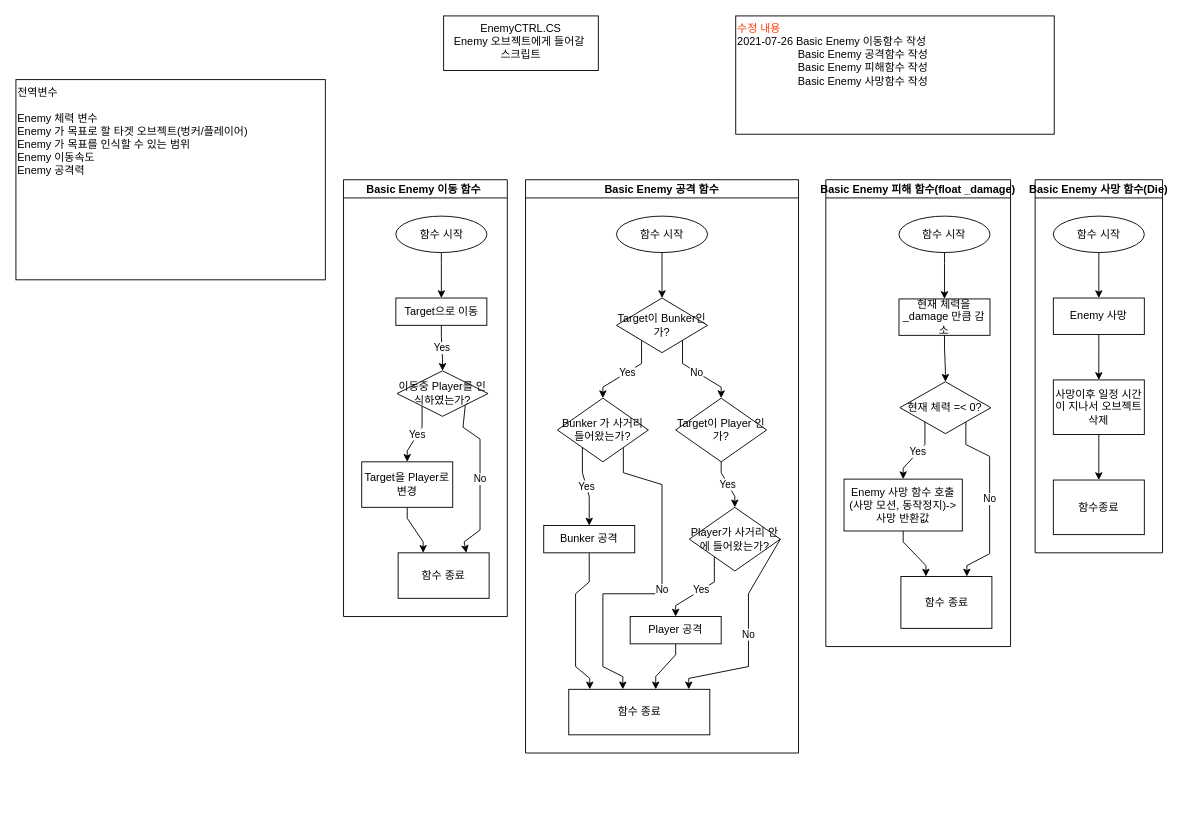
Before: FlowChart/BasicEnemy.drawio in BckLily/YeilMainProjectBackUp, a draw.io diagram. Source tidied: cells renumbered, new cells numbered last; positions are measured from the earlier drawing's top-left corner, leaving out a move shared by most shapes. Both pictures are drawn from the tidied source at 91%, with x=0, y=0 at pixel (15, 15).
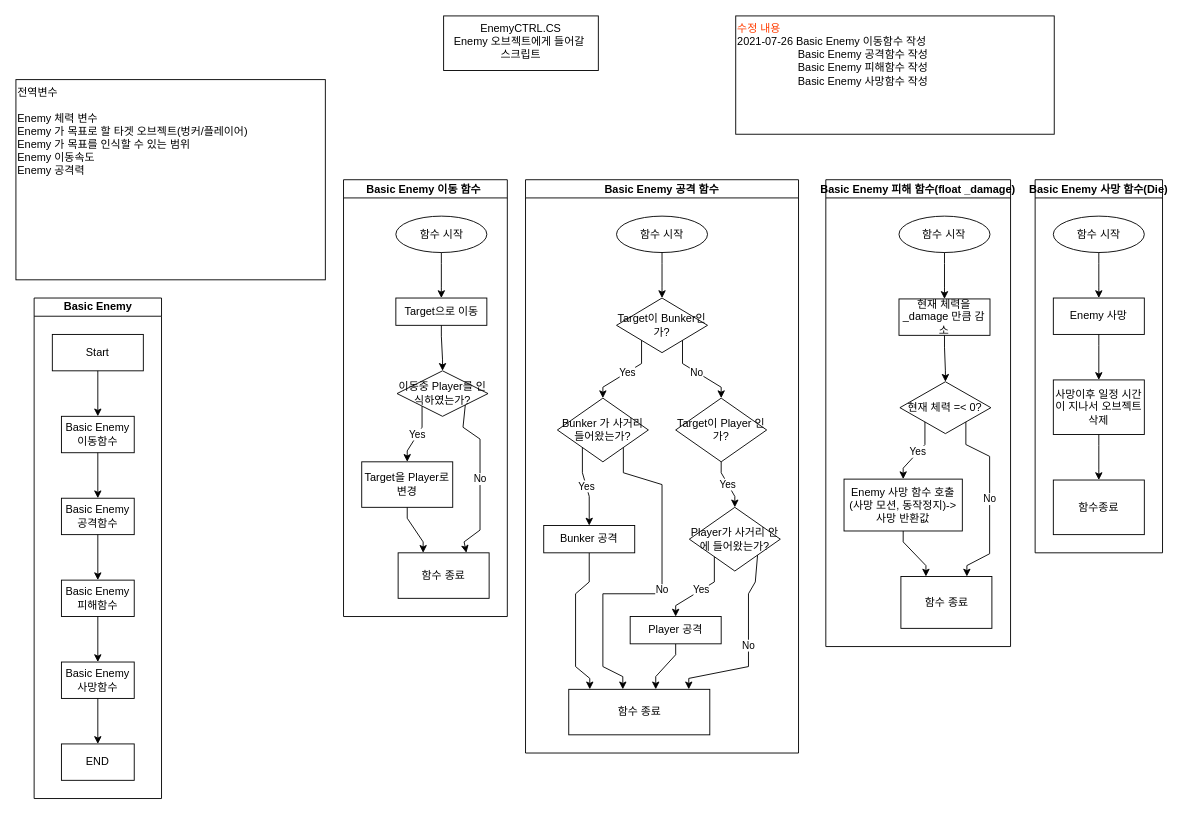
After the change.

The change refers to these unchanged cells:
```xml
<mxCell id="4" value="Basic Enemy 이동 함수 " style="swimlane;startSize=20;horizontal=1;flowOrientation=north;interRankCellSpacing=50;containerType=tree;align=center;verticalAlign=middle;" parent="1" vertex="1">
  <mxGeometry x="360" y="180" width="180" height="480" as="geometry" />
</mxCell>
<mxCell id="7" value="Target으로 이동" style="rounded=0;whiteSpace=wrap;html=1;fontFamily=Helvetica;fontSize=12;fontColor=#000000;align=center;strokeColor=#000000;fillColor=#ffffff;" parent="4" vertex="1">
  <mxGeometry x="57.5" y="130" width="100" height="30" as="geometry" />
</mxCell>
<mxCell id="9" value="이동중 Player를 인식하였는가?" style="rhombus;whiteSpace=wrap;html=1;fontFamily=Helvetica;fontSize=12;fontColor=#000000;align=center;strokeColor=#000000;fillColor=#ffffff;" parent="4" vertex="1">
  <mxGeometry x="58.8" y="210" width="100" height="50" as="geometry" />
</mxCell>
<mxCell id="16" value="Basic Enemy 공격 함수" style="swimlane;startSize=20;horizontal=1;flowOrientation=north;interRankCellSpacing=50;containerType=tree;align=center;verticalAlign=middle;" parent="1" vertex="1">
  <mxGeometry x="560" y="180" width="300" height="630" as="geometry" />
</mxCell>
<mxCell id="26" value="함수 종료" style="rounded=0;whiteSpace=wrap;html=1;fontFamily=Helvetica;fontSize=12;fontColor=#000000;align=center;strokeColor=#000000;fillColor=#ffffff;" parent="16" vertex="1">
  <mxGeometry x="47.5" y="560" width="155" height="50" as="geometry" />
</mxCell>
<mxCell id="30" value="Player가 사거리 안에 들어왔는가?" style="rhombus;whiteSpace=wrap;html=1;fontFamily=Helvetica;fontSize=12;fontColor=#000000;align=center;strokeColor=#000000;fillColor=#ffffff;" parent="16" vertex="1">
  <mxGeometry x="180" y="360" width="100" height="70" as="geometry" />
</mxCell>
```

Change to the diagram source:
```diff
@@
-    <mxCell id="8" value="Yes" style="edgeStyle=orthogonalEdgeStyle;rounded=0;jettySize=auto;html=1;noEdgeStyle=1;orthogonal=1;" parent="4" edge="1" source="7" target="9">
+    <mxCell id="8" style="edgeStyle=orthogonalEdgeStyle;rounded=0;jettySize=auto;html=1;noEdgeStyle=1;orthogonal=1;" parent="4" edge="1" source="7" target="9">
       <mxGeometry relative="1" as="geometry">
         <Array as="points">
           <mxPoint x="107.5" y="172" />
           <mxPoint x="108.8" y="198" />
         </Array>
       </mxGeometry>
     </mxCell>
@@
-    <mxCell id="34" value="No" style="edgeStyle=orthogonalEdgeStyle;rounded=0;jettySize=auto;html=1;exitX=1;exitY=0.5;exitDx=0;exitDy=0;noEdgeStyle=1;orthogonal=1;" parent="16" edge="1" source="30" target="26">
+    <mxCell id="34" value="No" style="edgeStyle=orthogonalEdgeStyle;rounded=0;jettySize=auto;html=1;exitX=1;exitY=1;exitDx=0;exitDy=0;noEdgeStyle=1;orthogonal=1;" parent="16" edge="1" source="30" target="26">
       <mxGeometry relative="1" as="geometry">
         <Array as="points">
           <mxPoint x="252.5" y="442" />
           <mxPoint x="245" y="455" />
           <mxPoint x="245" y="535" />
           <mxPoint x="179.4" y="548" />
         </Array>
       </mxGeometry>
     </mxCell>
@@
+    <mxCell id="54" value="Basic Enemy" style="swimlane;html=1;startSize=20;horizontal=1;horizontalTree=0;containerType=tree;" parent="1" vertex="1">
+      <mxGeometry x="20" y="310" width="140" height="550" as="geometry" />
+    </mxCell>
+    <mxCell id="55" value="Start" style="whiteSpace=wrap;html=1;" parent="54" vertex="1">
+      <mxGeometry x="20" y="40" width="100" height="40" as="geometry" />
+    </mxCell>
+    <mxCell id="56" style="edgeStyle=orthogonalEdgeStyle;rounded=0;jettySize=auto;html=1;" parent="54" edge="1" source="55" target="57">
+      <mxGeometry relative="1" as="geometry" />
+    </mxCell>
+    <mxCell id="57" value="Basic Enemy 이동함수" style="whiteSpace=wrap;html=1;" parent="54" vertex="1">
+      <mxGeometry x="30" y="130" width="80" height="40" as="geometry" />
+    </mxCell>
+    <mxCell id="58" style="edgeStyle=orthogonalEdgeStyle;rounded=0;jettySize=auto;html=1;" parent="54" edge="1" source="57" target="59">
+      <mxGeometry relative="1" as="geometry" />
+    </mxCell>
+    <mxCell id="59" value="Basic Enemy 공격함수" style="whiteSpace=wrap;html=1;" parent="54" vertex="1">
+      <mxGeometry x="30" y="220" width="80" height="40" as="geometry" />
+    </mxCell>
+    <mxCell id="60" style="edgeStyle=orthogonalEdgeStyle;rounded=0;jettySize=auto;html=1;" parent="54" edge="1" source="59" target="61">
+      <mxGeometry relative="1" as="geometry" />
+    </mxCell>
+    <mxCell id="61" value="Basic Enemy 피해함수" style="whiteSpace=wrap;html=1;" parent="54" vertex="1">
+      <mxGeometry x="30" y="310" width="80" height="40" as="geometry" />
+    </mxCell>
+    <mxCell id="62" style="edgeStyle=orthogonalEdgeStyle;rounded=0;jettySize=auto;html=1;" parent="54" edge="1" source="61" target="63">
+      <mxGeometry relative="1" as="geometry" />
+    </mxCell>
+    <mxCell id="63" value="Basic Enemy 사망함수" style="whiteSpace=wrap;html=1;" parent="54" vertex="1">
+      <mxGeometry x="30" y="400" width="80" height="40" as="geometry" />
+    </mxCell>
+    <mxCell id="64" style="edgeStyle=orthogonalEdgeStyle;rounded=0;jettySize=auto;html=1;" parent="54" edge="1" source="63" target="65">
+      <mxGeometry relative="1" as="geometry" />
+    </mxCell>
+    <mxCell id="65" value="END" style="whiteSpace=wrap;html=1;" parent="54" vertex="1">
+      <mxGeometry x="30" y="490" width="80" height="40" as="geometry" />
+    </mxCell>
```
